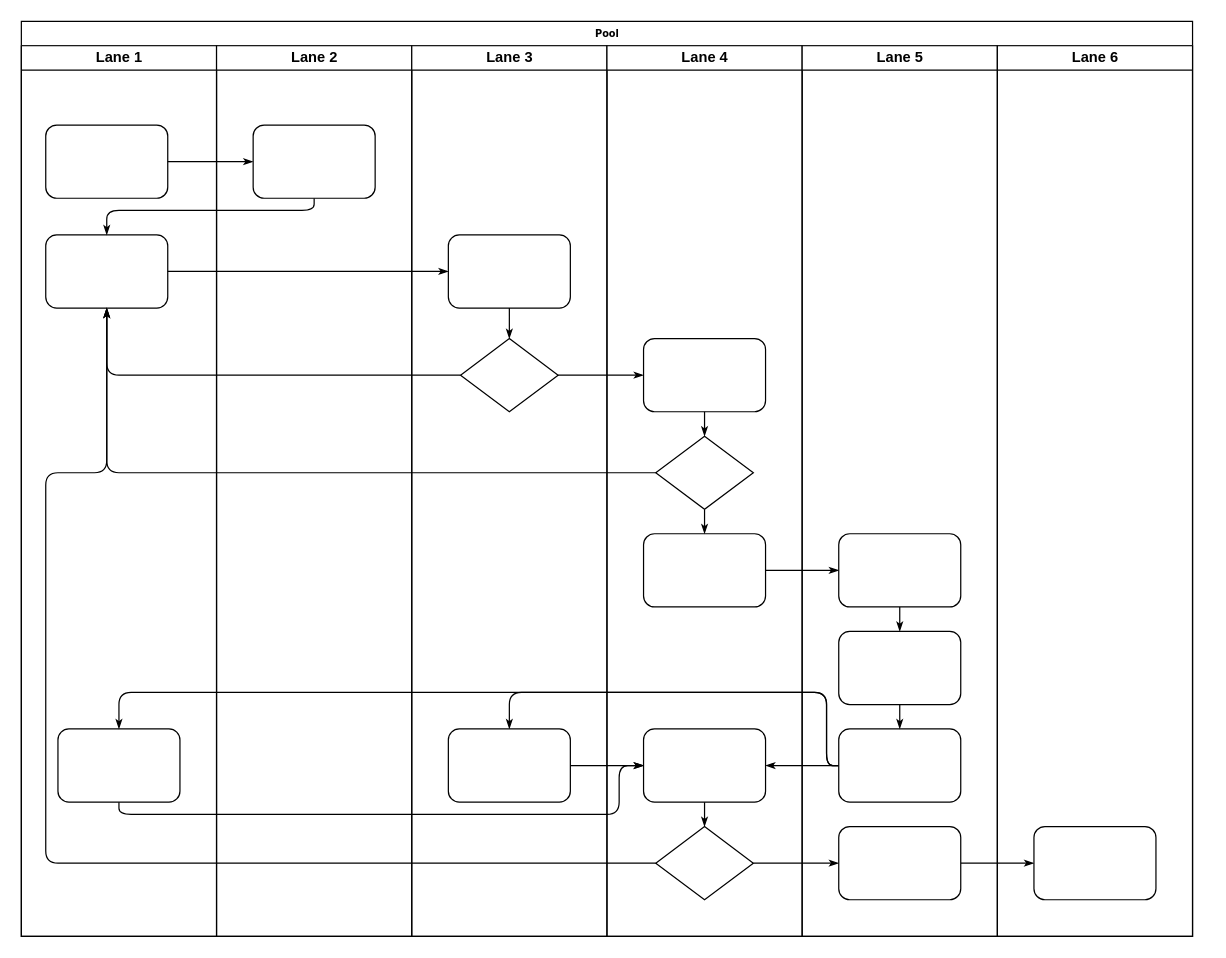
Before: Untitled Diagram.drawio in ashidieqi/LTS_Dev_NewBill, a draw.io diagram. Source tidied: cells renumbered, new cells numbered last; positions are measured from the earlier drawing's top-left corner, leaving out a move shared by most shapes. Both pictures are drawn from the tidied source at 122%, with x=0, y=0 at pixel (21, 21).
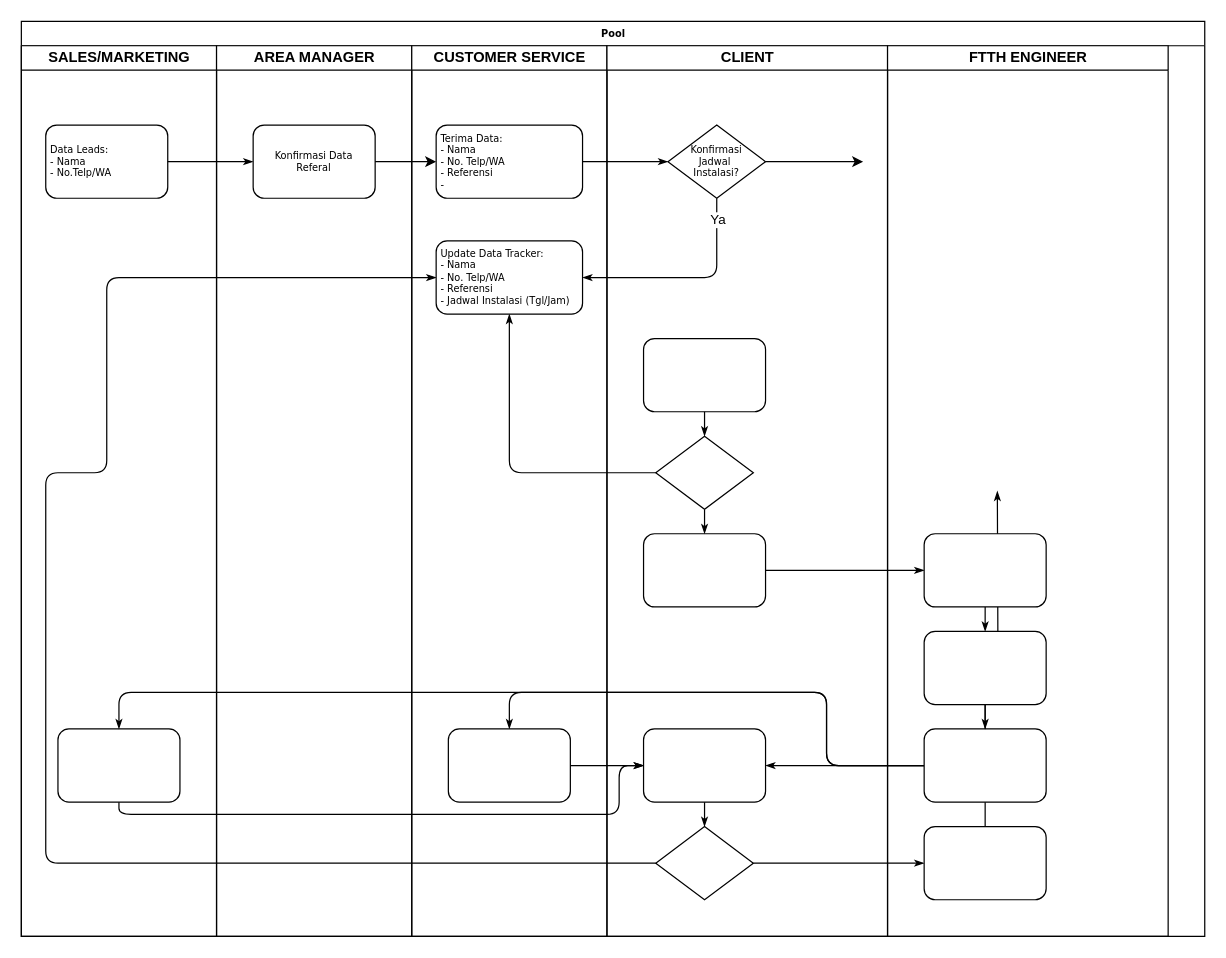
The same page after the edit.

Unchanged cells that the change refers to:
```xml
<mxCell id="30" style="rounded=1;whiteSpace=wrap;html=1;shadow=0;labelBackgroundColor=none;strokeWidth=1;fontFamily=Verdana;fontSize=8;align=center;" parent="29" vertex="1">
  <mxGeometry x="30" y="240" width="100" height="60" as="geometry" />
</mxCell>
<mxCell id="42" style="rounded=1;whiteSpace=wrap;html=1;shadow=0;labelBackgroundColor=none;strokeWidth=1;fontFamily=Verdana;fontSize=8;align=center;" parent="38" vertex="1">
  <mxGeometry x="30" y="640" width="100" height="60" as="geometry" />
</mxCell>
```

What changed in the source:
```diff
@@
     <mxCell id="2" value="Pool" style="swimlane;html=1;startSize=20;rounded=0;shadow=0;labelBackgroundColor=none;strokeWidth=1;fontFamily=Verdana;fontSize=8;align=center;" parent="1" vertex="1">
-      <mxGeometry width="960" height="750" as="geometry" />
+      <mxGeometry width="970" height="750" as="geometry" />
     </mxCell>
-    <mxCell id="3" value="Lane 1" style="swimlane;html=1;startSize=20;" parent="2" vertex="1">
+    <mxCell id="3" value="SALES/MARKETING" style="swimlane;html=1;startSize=20;" parent="2" vertex="1">
       <mxGeometry y="20" width="160" height="730" as="geometry" />
     </mxCell>
-    <mxCell id="4" style="rounded=1;whiteSpace=wrap;html=1;shadow=0;labelBackgroundColor=none;strokeWidth=1;fontFamily=Verdana;fontSize=8;align=center;" parent="3" vertex="1">
+    <mxCell id="4" value="&lt;span style=&quot;background-color: transparent; color: light-dark(rgb(0, 0, 0), rgb(255, 255, 255));&quot;&gt;Data Leads:&lt;/span&gt;&lt;div&gt;&lt;span style=&quot;background-color: transparent; color: light-dark(rgb(0, 0, 0), rgb(255, 255, 255));&quot;&gt;- Nama&lt;/span&gt;&lt;/div&gt;&lt;div&gt;&lt;span style=&quot;background-color: transparent; color: light-dark(rgb(0, 0, 0), rgb(255, 255, 255));&quot;&gt;- No.Telp/WA&lt;/span&gt;&lt;/div&gt;" style="rounded=1;whiteSpace=wrap;html=1;shadow=0;labelBackgroundColor=none;strokeWidth=1;fontFamily=Verdana;fontSize=8;align=left;spacingTop=2;spacingLeft=2;spacingBottom=2;spacingRight=2;" parent="3" vertex="1">
       <mxGeometry x="20" y="65" width="100" height="60" as="geometry" />
     </mxCell>
-    <mxCell id="5" style="rounded=1;whiteSpace=wrap;html=1;shadow=0;labelBackgroundColor=none;strokeWidth=1;fontFamily=Verdana;fontSize=8;align=center;" parent="3" vertex="1">
-      <mxGeometry x="20" y="155" width="100" height="60" as="geometry" />
-    </mxCell>
@@
-    <mxCell id="8" style="edgeStyle=orthogonalEdgeStyle;rounded=1;html=1;labelBackgroundColor=none;startArrow=none;startFill=0;startSize=5;endArrow=classicThin;endFill=1;endSize=5;jettySize=auto;strokeWidth=1;fontFamily=Verdana;fontSize=8;" parent="2" edge="1" source="23" target="5">
-      <mxGeometry relative="1" as="geometry">
-        <Array as="points">
-          <mxPoint x="240" y="155" />
-          <mxPoint x="70" y="155" />
-        </Array>
-      </mxGeometry>
-    </mxCell>
-    <mxCell id="9" style="edgeStyle=orthogonalEdgeStyle;rounded=1;html=1;labelBackgroundColor=none;startArrow=none;startFill=0;startSize=5;endArrow=classicThin;endFill=1;endSize=5;jettySize=auto;strokeWidth=1;fontFamily=Verdana;fontSize=8;" parent="2" edge="1" source="5" target="25">
-      <mxGeometry relative="1" as="geometry" />
-    </mxCell>
-    <mxCell id="10" style="edgeStyle=orthogonalEdgeStyle;rounded=1;html=1;labelBackgroundColor=none;startArrow=none;startFill=0;startSize=5;endArrow=classicThin;endFill=1;endSize=5;jettySize=auto;strokeWidth=1;fontFamily=Verdana;fontSize=8;" parent="2" edge="1" source="26" target="5">
-      <mxGeometry relative="1" as="geometry" />
+    <mxCell id="10" style="edgeStyle=orthogonalEdgeStyle;rounded=1;html=1;labelBackgroundColor=none;startArrow=none;startFill=0;startSize=5;endArrow=classicThin;endFill=1;endSize=5;jettySize=auto;strokeWidth=1;fontFamily=Verdana;fontSize=8;entryX=1;entryY=0.5;entryDx=0;entryDy=0;" parent="2" edge="1" source="26" target="5">
+      <mxGeometry relative="1" as="geometry">
+        <Array as="points">
+          <mxPoint x="570" y="210" />
+        </Array>
+      </mxGeometry>
     </mxCell>
+    <mxCell id="47" value="Ya" style="edgeLabel;html=1;align=center;verticalAlign=middle;" parent="10" vertex="1">
+      <mxGeometry x="-0.8" relative="1" as="geometry" />
+    </mxCell>
@@
-    <mxCell id="13" style="edgeStyle=orthogonalEdgeStyle;rounded=1;html=1;labelBackgroundColor=none;startArrow=none;startFill=0;startSize=5;endArrow=classicThin;endFill=1;endSize=5;jettySize=auto;strokeWidth=1;fontFamily=Verdana;fontSize=8;" parent="2" edge="1" source="26" target="30">
-      <mxGeometry relative="1" as="geometry" />
-    </mxCell>
@@
-    <mxCell id="15" style="edgeStyle=orthogonalEdgeStyle;rounded=1;html=1;labelBackgroundColor=none;startArrow=none;startFill=0;startSize=5;endArrow=classicThin;endFill=1;endSize=5;jettySize=auto;strokeWidth=1;fontFamily=Verdana;fontSize=8;" parent="2" edge="1" source="42" target="46">
-      <mxGeometry relative="1" as="geometry" />
+    <mxCell id="15" style="edgeStyle=orthogonalEdgeStyle;rounded=1;html=1;labelBackgroundColor=none;startArrow=none;startFill=0;startSize=5;endArrow=classicThin;endFill=1;endSize=5;jettySize=auto;strokeWidth=1;fontFamily=Verdana;fontSize=8;" parent="2" edge="1" source="42">
+      <mxGeometry relative="1" as="geometry">
+        <mxPoint x="800" y="385" as="targetPoint" />
+      </mxGeometry>
     </mxCell>
@@
-    <mxCell id="22" value="Lane 2" style="swimlane;html=1;startSize=20;" parent="2" vertex="1">
+    <mxCell id="22" value="AREA MANAGER" style="swimlane;html=1;startSize=20;" parent="2" vertex="1">
       <mxGeometry x="160" y="20" width="160" height="730" as="geometry" />
     </mxCell>
-    <mxCell id="23" style="rounded=1;whiteSpace=wrap;html=1;shadow=0;labelBackgroundColor=none;strokeWidth=1;fontFamily=Verdana;fontSize=8;align=center;" parent="22" vertex="1">
+    <mxCell id="23" value="Konfirmasi Data Referal" style="rounded=1;whiteSpace=wrap;html=1;shadow=0;labelBackgroundColor=none;strokeWidth=1;fontFamily=Verdana;fontSize=8;align=center;spacingTop=2;spacingLeft=2;spacingBottom=2;spacingRight=2;" parent="22" vertex="1">
       <mxGeometry x="30" y="65" width="100" height="60" as="geometry" />
     </mxCell>
-    <mxCell id="24" value="Lane 3" style="swimlane;html=1;startSize=20;" parent="2" vertex="1">
+    <mxCell id="24" value="CUSTOMER SERVICE" style="swimlane;html=1;startSize=20;" parent="2" vertex="1">
       <mxGeometry x="320" y="20" width="160" height="730" as="geometry" />
     </mxCell>
-    <mxCell id="25" style="rounded=1;whiteSpace=wrap;html=1;shadow=0;labelBackgroundColor=none;strokeWidth=1;fontFamily=Verdana;fontSize=8;align=center;" parent="24" vertex="1">
-      <mxGeometry x="30" y="155" width="100" height="60" as="geometry" />
+    <mxCell id="25" value="Terima Data:&lt;div&gt;- Nama&lt;/div&gt;&lt;div&gt;- No. Telp/WA&lt;/div&gt;&lt;div&gt;- Referensi&lt;/div&gt;&lt;div&gt;-&amp;nbsp;&lt;/div&gt;" style="rounded=1;whiteSpace=wrap;html=1;shadow=0;labelBackgroundColor=none;strokeWidth=1;fontFamily=Verdana;fontSize=8;align=left;spacingTop=2;spacingLeft=2;spacingBottom=2;spacingRight=2;" parent="24" vertex="1">
+      <mxGeometry x="20" y="65" width="120" height="60" as="geometry" />
     </mxCell>
-    <mxCell id="26" style="rhombus;whiteSpace=wrap;html=1;rounded=0;shadow=0;labelBackgroundColor=none;strokeWidth=1;fontFamily=Verdana;fontSize=8;align=center;" parent="24" vertex="1">
-      <mxGeometry x="40" y="240" width="80" height="60" as="geometry" />
-    </mxCell>
@@
-    <mxCell id="28" style="edgeStyle=orthogonalEdgeStyle;rounded=1;html=1;labelBackgroundColor=none;startArrow=none;startFill=0;startSize=5;endArrow=classicThin;endFill=1;endSize=5;jettySize=auto;strokeWidth=1;fontFamily=Verdana;fontSize=8;" parent="24" edge="1" source="25" target="26">
-      <mxGeometry relative="1" as="geometry" />
-    </mxCell>
+    <mxCell id="5" value="&lt;span style=&quot;&quot;&gt;Update Data Tracker:&lt;/span&gt;&lt;div style=&quot;&quot;&gt;- Nama&lt;/div&gt;&lt;div style=&quot;&quot;&gt;- No. Telp/WA&lt;/div&gt;&lt;div style=&quot;&quot;&gt;- Referensi&lt;/div&gt;&lt;div style=&quot;&quot;&gt;- Jadwal Instalasi (Tgl/Jam)&lt;/div&gt;" style="rounded=1;whiteSpace=wrap;html=1;shadow=0;labelBackgroundColor=none;strokeWidth=1;fontFamily=Verdana;fontSize=8;align=left;spacingTop=2;spacingBottom=2;spacingLeft=2;spacingRight=2;" parent="24" vertex="1">
+      <mxGeometry x="20" y="160" width="120" height="60" as="geometry" />
+    </mxCell>
-    <mxCell id="29" value="Lane 4" style="swimlane;html=1;startSize=20;" parent="2" vertex="1">
-      <mxGeometry x="480" y="20" width="160" height="730" as="geometry" />
+    <mxCell id="29" value="CLIENT" style="swimlane;html=1;startSize=20;" parent="2" vertex="1">
+      <mxGeometry x="480" y="20" width="230" height="730" as="geometry" />
     </mxCell>
@@
+    <mxCell id="26" value="Konfirmasi&lt;div&gt;Jadwal&amp;nbsp;&lt;/div&gt;&lt;div&gt;Instalasi?&lt;/div&gt;" style="rhombus;whiteSpace=wrap;html=1;rounded=0;shadow=0;labelBackgroundColor=none;strokeWidth=1;fontFamily=Verdana;fontSize=8;align=center;" parent="29" vertex="1">
+      <mxGeometry x="50" y="65" width="80" height="60" as="geometry" />
+    </mxCell>
-    <mxCell id="38" value="Lane 5" style="swimlane;html=1;startSize=20;" parent="2" vertex="1">
-      <mxGeometry x="640" y="20" width="160" height="730" as="geometry" />
+    <mxCell id="38" value="FTTH ENGINEER" style="swimlane;html=1;startSize=20;" parent="2" vertex="1">
+      <mxGeometry x="710" y="20" width="230" height="730" as="geometry" />
     </mxCell>
@@
-    <mxCell id="45" value="Lane 6" style="swimlane;html=1;startSize=20;" parent="2" vertex="1">
-      <mxGeometry x="800" y="20" width="160" height="730" as="geometry" />
-    </mxCell>
-    <mxCell id="46" style="rounded=1;whiteSpace=wrap;html=1;shadow=0;labelBackgroundColor=none;strokeWidth=1;fontFamily=Verdana;fontSize=8;align=center;" parent="45" vertex="1">
-      <mxGeometry x="30" y="640" width="100" height="60" as="geometry" />
-    </mxCell>
+    <mxCell id="48" style="edgeStyle=orthogonalEdgeStyle;rounded=0;jettySize=auto;html=1;entryX=0;entryY=0.5;entryDx=0;entryDy=0;exitX=1;exitY=0.5;exitDx=0;exitDy=0;" parent="2" edge="1" source="23" target="25">
+      <mxGeometry relative="1" as="geometry" />
+    </mxCell>
+    <mxCell id="28" style="edgeStyle=orthogonalEdgeStyle;rounded=1;html=1;labelBackgroundColor=none;startArrow=none;startFill=0;startSize=5;endArrow=classicThin;endFill=1;endSize=5;jettySize=auto;strokeWidth=1;fontFamily=Verdana;fontSize=8;" parent="2" edge="1" source="25" target="26">
+      <mxGeometry relative="1" as="geometry" />
+    </mxCell>
+    <mxCell id="49" style="edgeStyle=orthogonalEdgeStyle;rounded=0;jettySize=auto;html=1;" parent="2" edge="1" source="26">
+      <mxGeometry relative="1" as="geometry">
+        <mxPoint x="690" y="115" as="targetPoint" />
+      </mxGeometry>
+    </mxCell>
```
